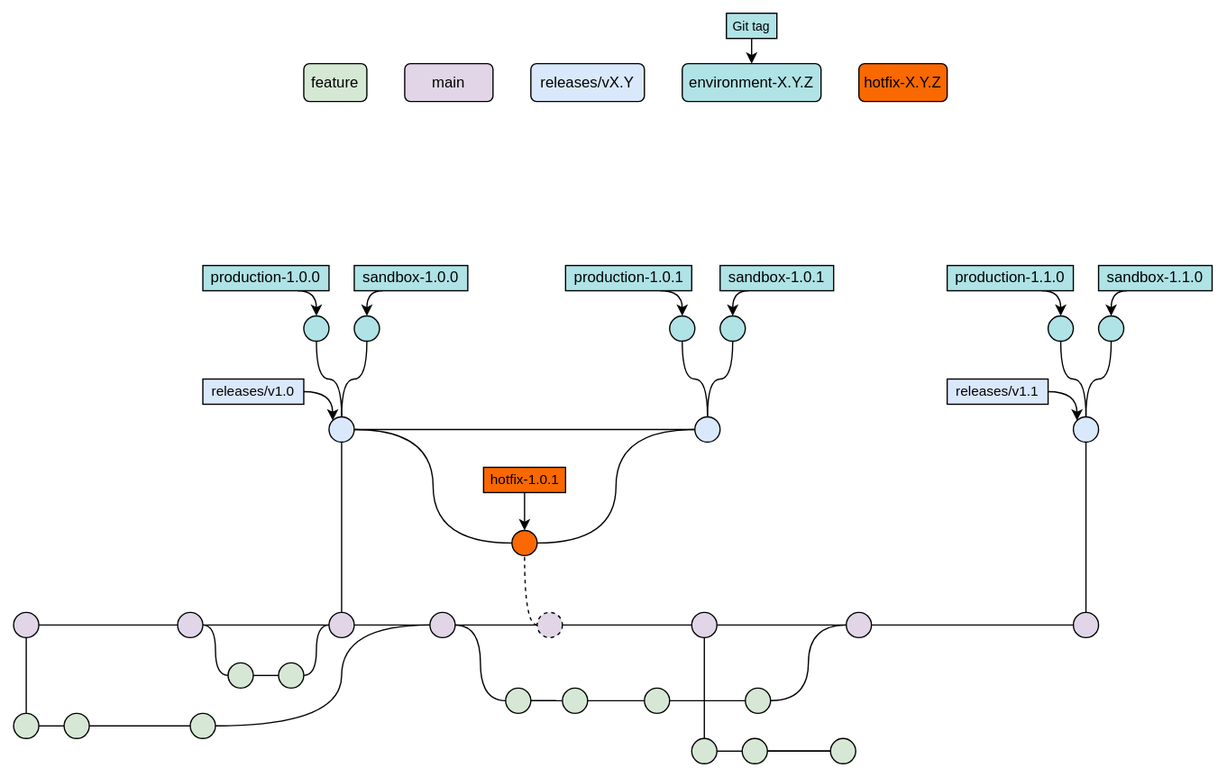
Above: doc/release/diagrams/gitflow.drawio.svg in opensupplyhub/open-supply-hub (draw.io), before the change. Source tidied: cells renumbered, new cells last; positions are measured from the earlier drawing's top-left corner, leaving out a move shared by most shapes.
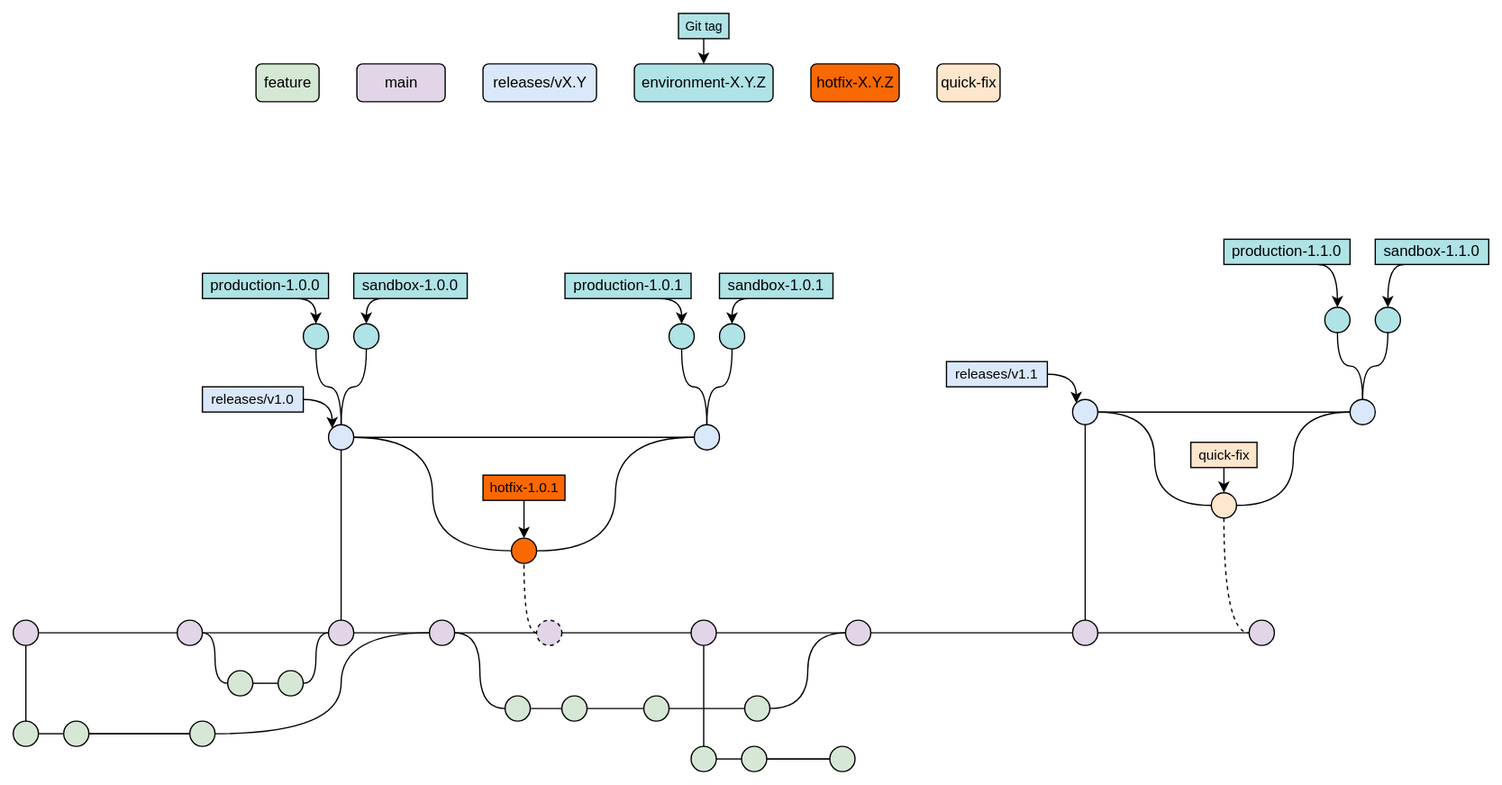
Later version of the same file.

Change to the diagram source:
```diff
@@ -29,22 +29,22 @@
       <mxGeometry relative="1" as="geometry" />
     </mxCell>
     <mxCell id="9" value="hotfix-X.Y.Z" style="rounded=1;html=1;fillColor=#fa6800;fontColor=#000000;strokeColor=#000000;whiteSpace=wrap;" parent="1" vertex="1">
-      <mxGeometry x="670" y="40" width="70" height="30" as="geometry" />
+      <mxGeometry x="632.5" y="34" width="70" height="30" as="geometry" />
     </mxCell>
     <mxCell id="10" value="releases/vX.Y" style="rounded=1;html=1;fillColor=#dae8fc;strokeColor=#000000;align=center;whiteSpace=wrap;" parent="1" vertex="1">
-      <mxGeometry x="410" y="40" width="90" height="30" as="geometry" />
+      <mxGeometry x="372.5" y="34" width="90" height="30" as="geometry" />
     </mxCell>
     <mxCell id="11" value="main" style="rounded=1;whiteSpace=wrap;html=1;fillColor=#e1d5e7;strokeColor=#000000;" parent="1" vertex="1">
-      <mxGeometry x="310" y="40" width="70" height="30" as="geometry" />
+      <mxGeometry x="272.5" y="34" width="70" height="30" as="geometry" />
     </mxCell>
     <mxCell id="12" value="feature" style="rounded=1;whiteSpace=wrap;html=1;fillColor=#d5e8d4;strokeColor=#000000;" parent="1" vertex="1">
-      <mxGeometry x="230" y="40" width="50" height="30" as="geometry" />
+      <mxGeometry x="192.5" y="34" width="50" height="30" as="geometry" />
     </mxCell>
     <mxCell id="13" value="environment-X.Y.Z" style="rounded=1;whiteSpace=wrap;html=1;fillColor=#b0e3e6;strokeColor=#000000;" parent="1" vertex="1">
-      <mxGeometry x="530" y="40" width="110" height="30" as="geometry" />
+      <mxGeometry x="492.5" y="34" width="110" height="30" as="geometry" />
     </mxCell>
     <mxCell id="14" value="&lt;meta charset=&quot;utf-8&quot;&gt;&lt;span style=&quot;color: rgb(0, 0, 0); font-family: Helvetica; font-size: 10px; font-style: normal; font-variant-ligatures: normal; font-variant-caps: normal; font-weight: 400; letter-spacing: normal; orphans: 2; text-align: center; text-indent: 0px; text-transform: none; widows: 2; word-spacing: 0px; -webkit-text-stroke-width: 0px; text-decoration-thickness: initial; text-decoration-style: initial; text-decoration-color: initial; float: none; display: inline !important;&quot;&gt;Git tag&lt;/span&gt;" style="rounded=0;whiteSpace=wrap;html=1;fillColor=#b0e3e6;strokeColor=#000000;labelBackgroundColor=#afe3e6;" parent="1" vertex="1">
-      <mxGeometry x="565" width="40" height="20" as="geometry" />
+      <mxGeometry x="527.5" y="-6" width="40" height="20" as="geometry" />
     </mxCell>
     <mxCell id="15" style="endArrow=classic;html=1;rounded=0;exitX=0.5;exitY=1;exitDx=0;exitDy=0;entryX=0.5;entryY=0;entryDx=0;entryDy=0;" parent="1" edge="1" source="14" target="13">
       <mxGeometry relative="1" as="geometry" />
@@ -208,41 +208,50 @@
     <mxCell id="68" style="edgeStyle=orthogonalEdgeStyle;rounded=0;jettySize=auto;html=1;entryX=0.5;entryY=1;entryDx=0;entryDy=0;endArrow=none;endFill=0;curved=1;" parent="1" edge="1" source="69" target="70">
       <mxGeometry relative="1" as="geometry" />
     </mxCell>
+    <mxCell id="93" style="edgeStyle=orthogonalEdgeStyle;rounded=0;jettySize=auto;html=1;entryX=0;entryY=0.5;entryDx=0;entryDy=0;endArrow=none;endFill=0;" parent="1" edge="1" source="69" target="103">
+      <mxGeometry relative="1" as="geometry" />
+    </mxCell>
     <mxCell id="69" style="ellipse;whiteSpace=wrap;html=1;fillColor=#e1d5e7;strokeColor=#000000;fontColor=#ffffff;" parent="1" vertex="1">
       <mxGeometry x="840" y="475" width="20" height="20" as="geometry" />
     </mxCell>
+    <mxCell id="94" style="edgeStyle=orthogonalEdgeStyle;rounded=0;jettySize=auto;html=1;entryX=0;entryY=0.5;entryDx=0;entryDy=0;endArrow=none;endFill=0;" parent="1" edge="1" source="70" target="97">
+      <mxGeometry relative="1" as="geometry" />
+    </mxCell>
+    <mxCell id="95" style="edgeStyle=orthogonalEdgeStyle;rounded=0;jettySize=auto;html=1;entryX=0;entryY=0.5;entryDx=0;entryDy=0;curved=1;endArrow=none;endFill=0;" parent="1" edge="1" source="70" target="100">
+      <mxGeometry relative="1" as="geometry" />
+    </mxCell>
     <mxCell id="70" style="ellipse;whiteSpace=wrap;html=1;fillColor=#dae8fc;strokeColor=#000000;fontColor=#ffffff;" parent="1" vertex="1">
-      <mxGeometry x="840" y="320" width="20" height="20" as="geometry" />
+      <mxGeometry x="840" y="300" width="20" height="20" as="geometry" />
     </mxCell>
     <mxCell id="71" style="edgeStyle=orthogonalEdgeStyle;rounded=0;jettySize=auto;html=1;entryX=0;entryY=0;entryDx=0;entryDy=0;curved=1;" parent="1" edge="1" source="72" target="70">
       <mxGeometry relative="1" as="geometry" />
     </mxCell>
     <mxCell id="72" value="releases/v1.1" style="rounded=0;whiteSpace=wrap;html=1;fillColor=#dae8fc;fontSize=11;" parent="1" vertex="1">
-      <mxGeometry x="740" y="290" width="80" height="20" as="geometry" />
+      <mxGeometry x="740" y="270" width="80" height="20" as="geometry" />
     </mxCell>
     <mxCell id="73" style="ellipse;whiteSpace=wrap;html=1;fillColor=#afe3e6;strokeColor=#000000;fontColor=#ffffff;" parent="1" vertex="1">
-      <mxGeometry x="820" y="240" width="20" height="20" as="geometry" />
+      <mxGeometry x="1040" y="227" width="20" height="20" as="geometry" />
     </mxCell>
-    <mxCell id="74" style="endArrow=none;html=1;rounded=0;exitX=0.5;exitY=0;exitDx=0;exitDy=0;entryX=0.5;entryY=1;entryDx=0;entryDy=0;edgeStyle=orthogonalEdgeStyle;curved=1;" parent="1" edge="1" source="70" target="73">
+    <mxCell id="74" style="endArrow=none;html=1;rounded=0;exitX=0.5;exitY=0;exitDx=0;exitDy=0;entryX=0.5;entryY=1;entryDx=0;entryDy=0;edgeStyle=orthogonalEdgeStyle;curved=1;" parent="1" edge="1" source="97" target="73">
       <mxGeometry relative="1" as="geometry" />
     </mxCell>
     <mxCell id="75" style="edgeStyle=orthogonalEdgeStyle;rounded=0;jettySize=auto;html=1;entryX=0.5;entryY=0;entryDx=0;entryDy=0;curved=1;exitX=0.75;exitY=1;exitDx=0;exitDy=0;" parent="1" edge="1" source="76" target="73">
       <mxGeometry relative="1" as="geometry" />
     </mxCell>
     <mxCell id="76" value="production-1.1.0" style="rounded=0;whiteSpace=wrap;html=1;fillColor=#afe3e6;" parent="1" vertex="1">
-      <mxGeometry x="740" y="200" width="100" height="20" as="geometry" />
+      <mxGeometry x="960" y="173" width="100" height="20" as="geometry" />
     </mxCell>
     <mxCell id="77" style="edgeStyle=orthogonalEdgeStyle;rounded=0;jettySize=auto;html=1;curved=1;entryX=0.5;entryY=0;entryDx=0;entryDy=0;exitX=0.25;exitY=1;exitDx=0;exitDy=0;" parent="1" edge="1" source="78" target="80">
       <mxGeometry relative="1" as="geometry" />
     </mxCell>
     <mxCell id="78" value="sandbox-1.1.0" style="rounded=0;whiteSpace=wrap;html=1;fillColor=#afe3e6;" parent="1" vertex="1">
-      <mxGeometry x="860" y="200" width="90" height="20" as="geometry" />
+      <mxGeometry x="1080" y="173" width="90" height="20" as="geometry" />
     </mxCell>
-    <mxCell id="79" style="edgeStyle=orthogonalEdgeStyle;rounded=0;jettySize=auto;html=1;entryX=0.5;entryY=0;entryDx=0;entryDy=0;curved=1;endArrow=none;endFill=0;" parent="1" edge="1" source="80" target="70">
+    <mxCell id="79" style="edgeStyle=orthogonalEdgeStyle;rounded=0;jettySize=auto;html=1;entryX=0.5;entryY=0;entryDx=0;entryDy=0;curved=1;endArrow=none;endFill=0;" parent="1" edge="1" source="80" target="97">
       <mxGeometry relative="1" as="geometry" />
     </mxCell>
     <mxCell id="80" style="ellipse;whiteSpace=wrap;html=1;fillColor=#afe3e6;strokeColor=#000000;fontColor=#ffffff;" parent="1" vertex="1">
-      <mxGeometry x="860" y="240" width="20" height="20" as="geometry" />
+      <mxGeometry x="1080" y="227" width="20" height="20" as="geometry" />
     </mxCell>
     <mxCell id="81" style="ellipse;whiteSpace=wrap;html=1;fillColor=#d6e8d5;strokeColor=#000000;fontColor=#ffffff;" parent="1" vertex="1">
       <mxGeometry x="537.5" y="575" width="20" height="20" as="geometry" />
@@ -280,5 +289,29 @@
     <mxCell id="92" style="ellipse;whiteSpace=wrap;html=1;fillColor=#e1d5e7;strokeColor=#000000;fontColor=#ffffff;" parent="1" vertex="1">
       <mxGeometry x="660" y="475" width="20" height="20" as="geometry" />
     </mxCell>
+    <mxCell id="96" value="quick-fix" style="rounded=1;whiteSpace=wrap;html=1;fillColor=#ffe6cc;strokeColor=#000000;" parent="1" vertex="1">
+      <mxGeometry x="732.5" y="34" width="50" height="30" as="geometry" />
+    </mxCell>
+    <mxCell id="97" style="ellipse;whiteSpace=wrap;html=1;fillColor=#dae8fc;strokeColor=#000000;fontColor=#ffffff;" parent="1" vertex="1">
+      <mxGeometry x="1060" y="300" width="20" height="20" as="geometry" />
+    </mxCell>
+    <mxCell id="98" style="edgeStyle=orthogonalEdgeStyle;rounded=0;jettySize=auto;html=1;entryX=0;entryY=0.5;entryDx=0;entryDy=0;endArrow=none;endFill=0;curved=1;" parent="1" edge="1" source="100" target="97">
+      <mxGeometry relative="1" as="geometry" />
+    </mxCell>
+    <mxCell id="99" style="edgeStyle=orthogonalEdgeStyle;rounded=0;jettySize=auto;html=1;endArrow=none;endFill=0;dashed=1;curved=1;entryX=0;entryY=0.5;entryDx=0;entryDy=0;exitX=0.5;exitY=1;exitDx=0;exitDy=0;" parent="1" edge="1" source="100" target="103">
+      <mxGeometry relative="1" as="geometry" />
+    </mxCell>
+    <mxCell id="100" style="ellipse;whiteSpace=wrap;html=1;fillColor=#ffe6cc;strokeColor=#000000;" parent="1" vertex="1">
+      <mxGeometry x="950" y="374" width="20" height="20" as="geometry" />
+    </mxCell>
+    <mxCell id="101" style="edgeStyle=orthogonalEdgeStyle;rounded=0;jettySize=auto;html=1;exitX=0.5;exitY=1;exitDx=0;exitDy=0;entryX=0.5;entryY=0;entryDx=0;entryDy=0;" parent="1" edge="1" source="102" target="100">
+      <mxGeometry relative="1" as="geometry" />
+    </mxCell>
+    <mxCell id="102" value="quick-fix" style="rounded=0;whiteSpace=wrap;html=1;fontSize=11;fillColor=#ffe6cc;strokeColor=#000000;" parent="1" vertex="1">
+      <mxGeometry x="933.8" y="334" width="52.5" height="20" as="geometry" />
+    </mxCell>
+    <mxCell id="103" style="ellipse;whiteSpace=wrap;html=1;fillColor=#e1d5e7;strokeColor=#000000;fontColor=#ffffff;" parent="1" vertex="1">
+      <mxGeometry x="980" y="475" width="20" height="20" as="geometry" />
+    </mxCell>
   </root>
 </mxGraphModel>
```
